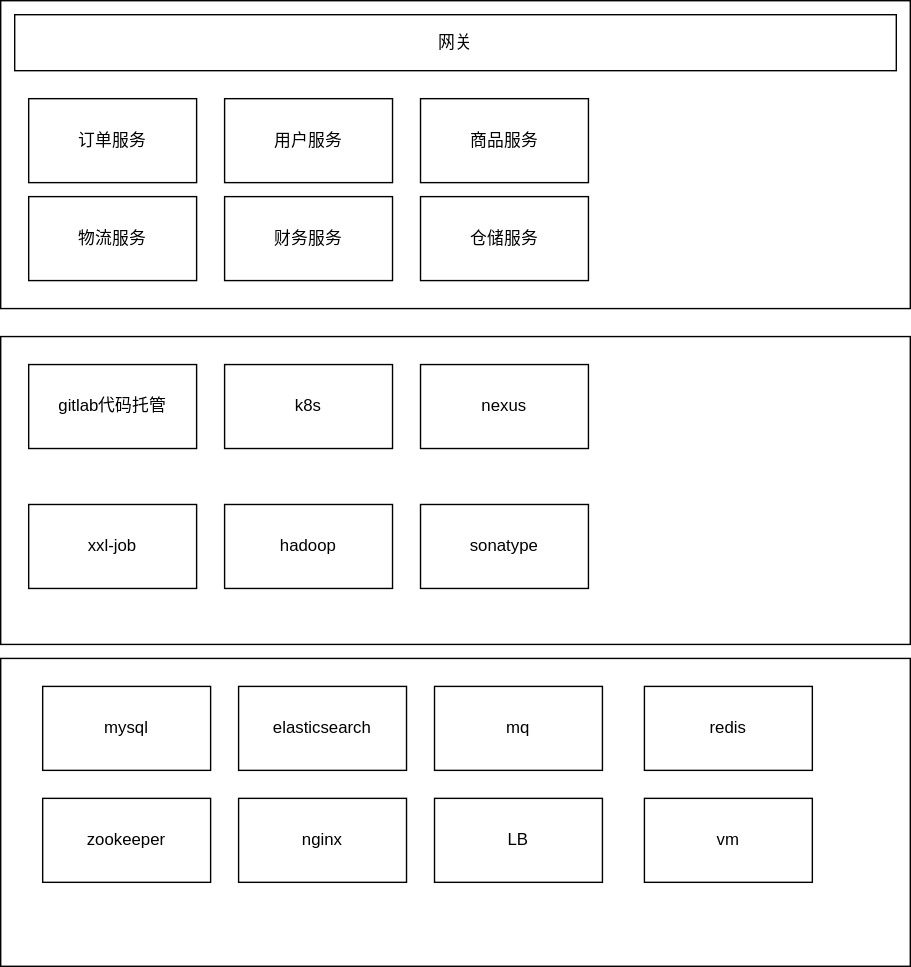
Before: 微服务架构全景图.drawio.svg, a diagram exported from draw.io (2229499815/draw). Source tidied: cells renumbered, new cells last; positions are measured from the earlier drawing's top-left corner, leaving out a move shared by most shapes.
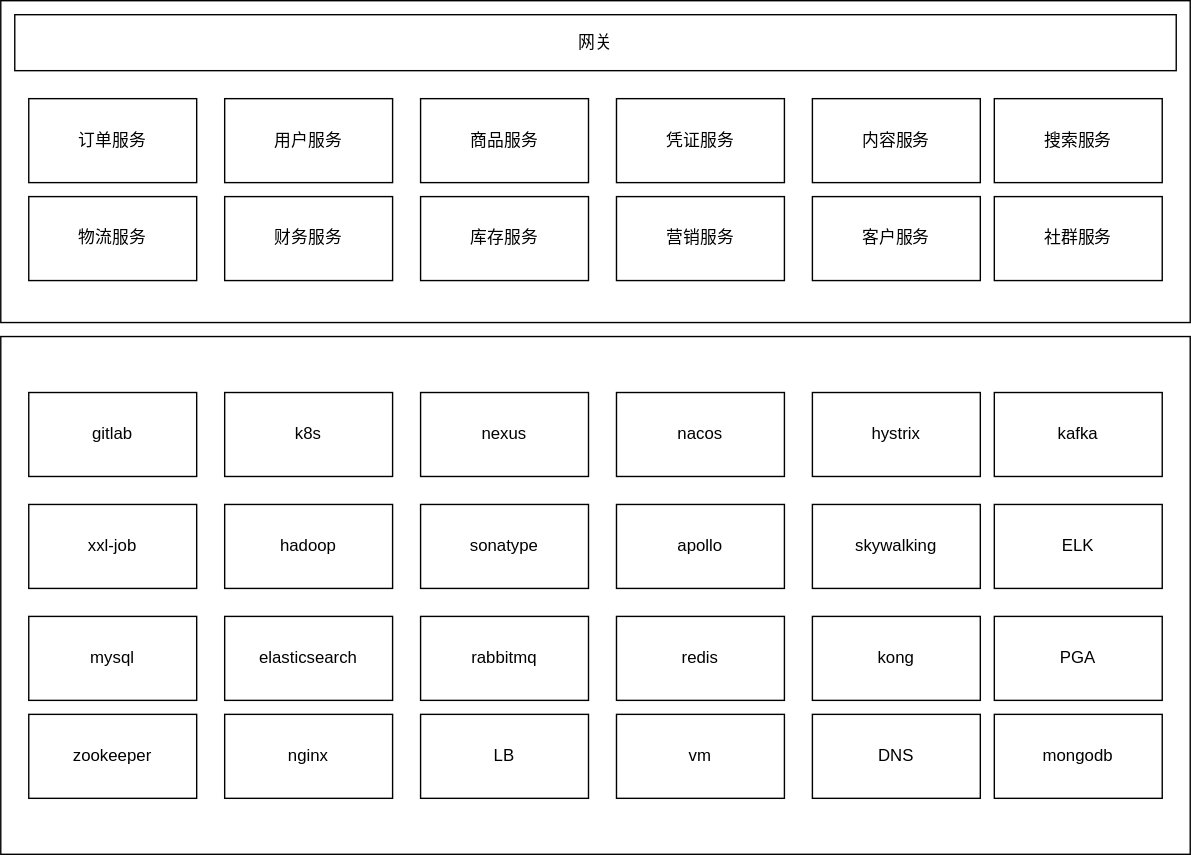
Above is the later version.

Commit message:
更新微服务架构全景图.drawio.svg

What changed in the source:
```diff
@@ -2,17 +2,14 @@
   <root>
     <mxCell id="0" />
     <mxCell id="1" parent="0" />
-    <mxCell id="2" style="rounded=0;whiteSpace=wrap;html=1;" parent="1" vertex="1">
-      <mxGeometry y="470" width="650" height="220" as="geometry" />
-    </mxCell>
     <mxCell id="3" style="rounded=0;whiteSpace=wrap;html=1;" parent="1" vertex="1">
-      <mxGeometry y="240" width="650" height="220" as="geometry" />
+      <mxGeometry y="240" width="850" height="370" as="geometry" />
     </mxCell>
     <mxCell id="4" style="rounded=0;whiteSpace=wrap;html=1;" parent="1" vertex="1">
-      <mxGeometry width="650" height="220" as="geometry" />
+      <mxGeometry width="850" height="230" as="geometry" />
     </mxCell>
     <mxCell id="5" value="网关" style="rounded=0;whiteSpace=wrap;html=1;" parent="1" vertex="1">
-      <mxGeometry x="10" y="10" width="630" height="40" as="geometry" />
+      <mxGeometry x="10" y="10" width="830" height="40" as="geometry" />
     </mxCell>
     <mxCell id="6" value="订单服务" style="rounded=0;whiteSpace=wrap;html=1;" parent="1" vertex="1">
       <mxGeometry x="20" y="70" width="120" height="60" as="geometry" />
@@ -23,7 +20,7 @@
     <mxCell id="8" value="商品服务" style="rounded=0;whiteSpace=wrap;html=1;" parent="1" vertex="1">
       <mxGeometry x="300" y="70" width="120" height="60" as="geometry" />
     </mxCell>
-    <mxCell id="9" value="仓储服务" style="rounded=0;whiteSpace=wrap;html=1;" parent="1" vertex="1">
+    <mxCell id="9" value="库存服务" style="rounded=0;whiteSpace=wrap;html=1;" parent="1" vertex="1">
       <mxGeometry x="300" y="140" width="120" height="60" as="geometry" />
     </mxCell>
     <mxCell id="10" value="物流服务" style="rounded=0;whiteSpace=wrap;html=1;" parent="1" vertex="1">
@@ -32,35 +29,35 @@
     <mxCell id="11" value="财务服务" style="rounded=0;whiteSpace=wrap;html=1;" parent="1" vertex="1">
       <mxGeometry x="160" y="140" width="120" height="60" as="geometry" />
     </mxCell>
-    <mxCell id="12" value="gitlab代码托管" style="rounded=0;whiteSpace=wrap;html=1;" parent="1" vertex="1">
-      <mxGeometry x="20" y="260" width="120" height="60" as="geometry" />
+    <mxCell id="12" value="gitlab" style="rounded=0;whiteSpace=wrap;html=1;" parent="1" vertex="1">
+      <mxGeometry x="20" y="280" width="120" height="60" as="geometry" />
     </mxCell>
     <mxCell id="13" value="k8s" style="rounded=0;whiteSpace=wrap;html=1;" parent="1" vertex="1">
-      <mxGeometry x="160" y="260" width="120" height="60" as="geometry" />
+      <mxGeometry x="160" y="280" width="120" height="60" as="geometry" />
     </mxCell>
     <mxCell id="14" value="nexus" style="rounded=0;whiteSpace=wrap;html=1;" parent="1" vertex="1">
-      <mxGeometry x="300" y="260" width="120" height="60" as="geometry" />
+      <mxGeometry x="300" y="280" width="120" height="60" as="geometry" />
     </mxCell>
     <mxCell id="15" value="sonatype" style="rounded=0;whiteSpace=wrap;html=1;" parent="1" vertex="1">
       <mxGeometry x="300" y="360" width="120" height="60" as="geometry" />
     </mxCell>
     <mxCell id="16" value="mysql" style="rounded=0;whiteSpace=wrap;html=1;" parent="1" vertex="1">
-      <mxGeometry x="30" y="490" width="120" height="60" as="geometry" />
+      <mxGeometry x="20" y="440" width="120" height="60" as="geometry" />
     </mxCell>
     <mxCell id="17" value="elasticsearch" style="rounded=0;whiteSpace=wrap;html=1;" parent="1" vertex="1">
-      <mxGeometry x="170" y="490" width="120" height="60" as="geometry" />
+      <mxGeometry x="160" y="440" width="120" height="60" as="geometry" />
     </mxCell>
-    <mxCell id="18" value="mq" style="rounded=0;whiteSpace=wrap;html=1;" parent="1" vertex="1">
-      <mxGeometry x="310" y="490" width="120" height="60" as="geometry" />
+    <mxCell id="18" value="rabbitmq" style="rounded=0;whiteSpace=wrap;html=1;" parent="1" vertex="1">
+      <mxGeometry x="300" y="440" width="120" height="60" as="geometry" />
     </mxCell>
     <mxCell id="19" value="redis" style="rounded=0;whiteSpace=wrap;html=1;" parent="1" vertex="1">
-      <mxGeometry x="460" y="490" width="120" height="60" as="geometry" />
+      <mxGeometry x="440" y="440" width="120" height="60" as="geometry" />
     </mxCell>
     <mxCell id="20" value="zookeeper" style="rounded=0;whiteSpace=wrap;html=1;" parent="1" vertex="1">
-      <mxGeometry x="30" y="570" width="120" height="60" as="geometry" />
+      <mxGeometry x="20" y="510" width="120" height="60" as="geometry" />
     </mxCell>
     <mxCell id="21" value="nginx" style="rounded=0;whiteSpace=wrap;html=1;" parent="1" vertex="1">
-      <mxGeometry x="170" y="570" width="120" height="60" as="geometry" />
+      <mxGeometry x="160" y="510" width="120" height="60" as="geometry" />
     </mxCell>
     <mxCell id="22" value="xxl-job" style="rounded=0;whiteSpace=wrap;html=1;" parent="1" vertex="1">
       <mxGeometry x="20" y="360" width="120" height="60" as="geometry" />
@@ -69,10 +66,58 @@
       <mxGeometry x="160" y="360" width="120" height="60" as="geometry" />
     </mxCell>
     <mxCell id="24" value="LB" style="rounded=0;whiteSpace=wrap;html=1;" parent="1" vertex="1">
-      <mxGeometry x="310" y="570" width="120" height="60" as="geometry" />
+      <mxGeometry x="300" y="510" width="120" height="60" as="geometry" />
     </mxCell>
     <mxCell id="25" value="vm" style="rounded=0;whiteSpace=wrap;html=1;" parent="1" vertex="1">
-      <mxGeometry x="460" y="570" width="120" height="60" as="geometry" />
+      <mxGeometry x="440" y="510" width="120" height="60" as="geometry" />
     </mxCell>
+    <mxCell id="26" value="nacos" style="rounded=0;whiteSpace=wrap;html=1;" parent="1" vertex="1">
+      <mxGeometry x="440" y="280" width="120" height="60" as="geometry" />
+    </mxCell>
+    <mxCell id="27" value="apollo" style="rounded=0;whiteSpace=wrap;html=1;" parent="1" vertex="1">
+      <mxGeometry x="440" y="360" width="120" height="60" as="geometry" />
+    </mxCell>
+    <mxCell id="28" value="凭证服务" style="rounded=0;whiteSpace=wrap;html=1;" parent="1" vertex="1">
+      <mxGeometry x="440" y="70" width="120" height="60" as="geometry" />
+    </mxCell>
+    <mxCell id="29" value="营销服务" style="rounded=0;whiteSpace=wrap;html=1;" parent="1" vertex="1">
+      <mxGeometry x="440" y="140" width="120" height="60" as="geometry" />
+    </mxCell>
+    <mxCell id="30" value="内容服务" style="rounded=0;whiteSpace=wrap;html=1;" parent="1" vertex="1">
+      <mxGeometry x="580" y="70" width="120" height="60" as="geometry" />
+    </mxCell>
+    <mxCell id="31" value="客户服务" style="rounded=0;whiteSpace=wrap;html=1;" parent="1" vertex="1">
+      <mxGeometry x="580" y="140" width="120" height="60" as="geometry" />
+    </mxCell>
+    <mxCell id="32" value="搜索服务" style="rounded=0;whiteSpace=wrap;html=1;" parent="1" vertex="1">
+      <mxGeometry x="710" y="70" width="120" height="60" as="geometry" />
+    </mxCell>
+    <mxCell id="33" value="社群服务" style="rounded=0;whiteSpace=wrap;html=1;" parent="1" vertex="1">
+      <mxGeometry x="710" y="140" width="120" height="60" as="geometry" />
+    </mxCell>
+    <mxCell id="34" value="hystrix" style="rounded=0;whiteSpace=wrap;html=1;" parent="1" vertex="1">
+      <mxGeometry x="580" y="280" width="120" height="60" as="geometry" />
+    </mxCell>
+    <mxCell id="35" value="skywalking" style="rounded=0;whiteSpace=wrap;html=1;" parent="1" vertex="1">
+      <mxGeometry x="580" y="360" width="120" height="60" as="geometry" />
+    </mxCell>
+    <mxCell id="36" value="kafka" style="rounded=0;whiteSpace=wrap;html=1;" parent="1" vertex="1">
+      <mxGeometry x="710" y="280" width="120" height="60" as="geometry" />
+    </mxCell>
+    <mxCell id="37" value="ELK" style="rounded=0;whiteSpace=wrap;html=1;" parent="1" vertex="1">
+      <mxGeometry x="710" y="360" width="120" height="60" as="geometry" />
+    </mxCell>
+    <mxCell id="38" value="kong" style="rounded=0;whiteSpace=wrap;html=1;" parent="1" vertex="1">
+      <mxGeometry x="580" y="440" width="120" height="60" as="geometry" />
+    </mxCell>
+    <mxCell id="39" value="PGA" style="rounded=0;whiteSpace=wrap;html=1;" parent="1" vertex="1">
+      <mxGeometry x="710" y="440" width="120" height="60" as="geometry" />
+    </mxCell>
+    <mxCell id="40" value="DNS" style="rounded=0;whiteSpace=wrap;html=1;" parent="1" vertex="1">
+      <mxGeometry x="580" y="510" width="120" height="60" as="geometry" />
+    </mxCell>
+    <mxCell id="41" value="mongodb" style="rounded=0;whiteSpace=wrap;html=1;" parent="1" vertex="1">
+      <mxGeometry x="710" y="510" width="120" height="60" as="geometry" />
+    </mxCell>
   </root>
 </mxGraphModel>
```
